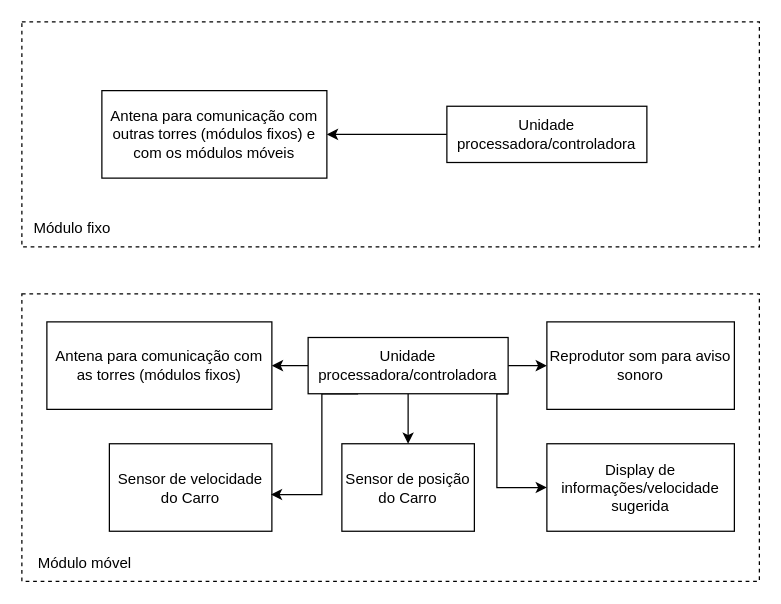
Before: projetos/descongestionator/diagramas/diagrama-estrutural.drawio in teaching-FEEC/ea075-2024.1, a draw.io diagram. Source tidied: cells renumbered, new cells numbered last; positions are measured from the earlier drawing's top-left corner, leaving out a move shared by most shapes. Both pictures are drawn from the tidied source at 125%, with x=0, y=0 at pixel (21, 21).
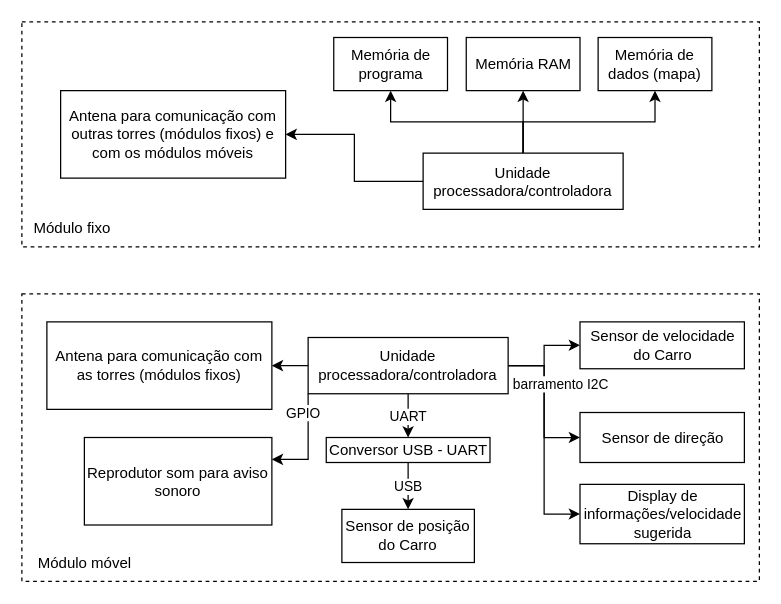
After the change.

Commit message:
atualizacao diagrama com especificacao

Unchanged cells that the change refers to:
```xml
<mxCell id="17" value="Unidade processadora/controladora" style="rounded=0;whiteSpace=wrap;html=1;" parent="1" vertex="1">
  <mxGeometry x="229" y="252.5" width="160" height="45" as="geometry" />
</mxCell>
```

The edit, as a diff of the source:
```diff
@@
     <mxCell id="4" value="Sensor de velocidade do Carro" style="rounded=0;whiteSpace=wrap;html=1;" parent="1" vertex="1">
-      <mxGeometry x="70" y="337.5" width="130" height="70" as="geometry" />
+      <mxGeometry x="446.5" y="240" width="131.5" height="37.5" as="geometry" />
     </mxCell>
     <mxCell id="5" value="Sensor de posição do Carro" style="rounded=0;whiteSpace=wrap;html=1;" parent="1" vertex="1">
-      <mxGeometry x="256" y="337.5" width="106" height="70" as="geometry" />
+      <mxGeometry x="256" y="390" width="106" height="42.5" as="geometry" />
     </mxCell>
     <mxCell id="6" value="Display de informações/velocidade sugerida" style="rounded=0;whiteSpace=wrap;html=1;" parent="1" vertex="1">
-      <mxGeometry x="420" y="337.5" width="150" height="70" as="geometry" />
+      <mxGeometry x="446.5" y="370" width="131.5" height="47.5" as="geometry" />
     </mxCell>
     <mxCell id="7" value="Reprodutor som para aviso sonoro" style="rounded=0;whiteSpace=wrap;html=1;" parent="1" vertex="1">
-      <mxGeometry x="420" y="240" width="150" height="70" as="geometry" />
+      <mxGeometry x="50" y="332.5" width="150" height="70" as="geometry" />
     </mxCell>
@@
     <mxCell id="9" value="Antena para comunicação com outras torres (módulos&amp;nbsp;fixos) e com os módulos móveis" style="rounded=0;whiteSpace=wrap;html=1;" parent="1" vertex="1">
-      <mxGeometry x="64" y="55" width="180" height="70" as="geometry" />
+      <mxGeometry x="31" y="55" width="180" height="70" as="geometry" />
     </mxCell>
@@
+    <mxCell id="20" style="edgeStyle=orthogonalEdgeStyle;rounded=0;jettySize=auto;html=1;exitX=0.5;exitY=0;exitDx=0;exitDy=0;entryX=0.5;entryY=1;entryDx=0;entryDy=0;" parent="1" edge="1" source="11" target="27">
+      <mxGeometry relative="1" as="geometry" />
+    </mxCell>
+    <mxCell id="21" style="edgeStyle=orthogonalEdgeStyle;rounded=0;jettySize=auto;html=1;exitX=0.5;exitY=0;exitDx=0;exitDy=0;entryX=0.5;entryY=1;entryDx=0;entryDy=0;" parent="1" edge="1" source="11" target="26">
+      <mxGeometry relative="1" as="geometry" />
+    </mxCell>
+    <mxCell id="22" style="edgeStyle=orthogonalEdgeStyle;rounded=0;jettySize=auto;html=1;exitX=0.5;exitY=0;exitDx=0;exitDy=0;entryX=0.5;entryY=1;entryDx=0;entryDy=0;" parent="1" edge="1" source="11" target="28">
+      <mxGeometry relative="1" as="geometry" />
+    </mxCell>
     <mxCell id="11" value="Unidade processadora/controladora" style="rounded=0;whiteSpace=wrap;html=1;" parent="1" vertex="1">
-      <mxGeometry x="340" y="67.5" width="160" height="45" as="geometry" />
+      <mxGeometry x="321" y="105" width="160" height="45" as="geometry" />
     </mxCell>
@@
-    <mxCell id="13" style="edgeStyle=orthogonalEdgeStyle;rounded=0;jettySize=auto;html=1;exitX=0.5;exitY=1;exitDx=0;exitDy=0;entryX=0.5;entryY=0;entryDx=0;entryDy=0;" parent="1" edge="1" source="17" target="5">
-      <mxGeometry relative="1" as="geometry" />
-    </mxCell>
+    <mxCell id="23" style="edgeStyle=orthogonalEdgeStyle;rounded=0;jettySize=auto;html=1;exitX=1;exitY=0.5;exitDx=0;exitDy=0;entryX=0;entryY=0.5;entryDx=0;entryDy=0;" parent="1" edge="1" source="17" target="29">
+      <mxGeometry relative="1" as="geometry" />
+    </mxCell>
+    <mxCell id="15" style="edgeStyle=orthogonalEdgeStyle;rounded=0;jettySize=auto;html=1;exitX=1;exitY=0.5;exitDx=0;exitDy=0;entryX=0;entryY=0.5;entryDx=0;entryDy=0;" parent="1" edge="1" source="17" target="4">
+      <mxGeometry relative="1" as="geometry" />
+    </mxCell>
-    <mxCell id="14" style="edgeStyle=orthogonalEdgeStyle;rounded=0;jettySize=auto;html=1;exitX=1;exitY=1;exitDx=0;exitDy=0;entryX=0;entryY=0.5;entryDx=0;entryDy=0;" parent="1" edge="1" source="17" target="6">
-      <mxGeometry relative="1" as="geometry">
-        <Array as="points">
-          <mxPoint x="380" y="297.5" />
-          <mxPoint x="380" y="372.5" />
-        </Array>
-      </mxGeometry>
+    <mxCell id="14" value="barramento I2C" style="edgeStyle=orthogonalEdgeStyle;rounded=0;jettySize=auto;html=1;exitX=1;exitY=0.5;exitDx=0;exitDy=0;entryX=0;entryY=0.5;entryDx=0;entryDy=0;" parent="1" edge="1" source="17" target="6">
+      <mxGeometry x="-0.5" y="13" relative="1" as="geometry" />
     </mxCell>
-    <mxCell id="15" style="edgeStyle=orthogonalEdgeStyle;rounded=0;jettySize=auto;html=1;exitX=0.25;exitY=1;exitDx=0;exitDy=0;entryX=0.994;entryY=0.58;entryDx=0;entryDy=0;entryPerimeter=0;" parent="1" edge="1" source="17" target="4">
-      <mxGeometry relative="1" as="geometry">
-        <Array as="points">
-          <mxPoint x="240" y="297.5" />
-          <mxPoint x="240" y="377.5" />
-          <mxPoint x="199" y="377.5" />
-        </Array>
-      </mxGeometry>
-    </mxCell>
+    <mxCell id="24" value="UART" style="edgeStyle=orthogonalEdgeStyle;rounded=0;jettySize=auto;html=1;exitX=0.5;exitY=1;exitDx=0;exitDy=0;entryX=0.5;entryY=0;entryDx=0;entryDy=0;" parent="1" edge="1" source="17" target="31">
+      <mxGeometry relative="1" as="geometry" />
+    </mxCell>
-    <mxCell id="16" style="edgeStyle=orthogonalEdgeStyle;rounded=0;jettySize=auto;html=1;exitX=1;exitY=0.5;exitDx=0;exitDy=0;entryX=0;entryY=0.5;entryDx=0;entryDy=0;" parent="1" edge="1" source="17" target="7">
+    <mxCell id="16" style="edgeStyle=orthogonalEdgeStyle;rounded=0;jettySize=auto;html=1;exitX=0;exitY=1;exitDx=0;exitDy=0;entryX=1;entryY=0.25;entryDx=0;entryDy=0;" parent="1" edge="1" source="17" target="7">
       <mxGeometry relative="1" as="geometry" />
     </mxCell>
+    <mxCell id="25" value="GPIO" style="edgeLabel;html=1;align=center;verticalAlign=middle;" parent="16" vertex="1">
+      <mxGeometry x="0.4" relative="1" as="geometry">
+        <mxPoint y="-38" as="offset" />
+      </mxGeometry>
+    </mxCell>
@@
+    <mxCell id="26" value="Memória de programa" style="rounded=0;whiteSpace=wrap;html=1;" parent="1" vertex="1">
+      <mxGeometry x="249.5" y="12.5" width="91" height="42.5" as="geometry" />
+    </mxCell>
+    <mxCell id="27" value="Memória RAM" style="rounded=0;whiteSpace=wrap;html=1;" parent="1" vertex="1">
+      <mxGeometry x="355.5" y="12.5" width="91" height="42.5" as="geometry" />
+    </mxCell>
+    <mxCell id="28" value="Memória de dados (mapa)" style="rounded=0;whiteSpace=wrap;html=1;" parent="1" vertex="1">
+      <mxGeometry x="461" y="12.5" width="91" height="42.5" as="geometry" />
+    </mxCell>
+    <mxCell id="29" value="Sensor de direção" style="rounded=0;whiteSpace=wrap;html=1;" parent="1" vertex="1">
+      <mxGeometry x="446.5" y="312.5" width="131.5" height="40" as="geometry" />
+    </mxCell>
+    <mxCell id="30" value="USB" style="edgeStyle=orthogonalEdgeStyle;rounded=0;jettySize=auto;html=1;exitX=0.5;exitY=1;exitDx=0;exitDy=0;entryX=0.5;entryY=0;entryDx=0;entryDy=0;" parent="1" edge="1" source="31" target="5">
+      <mxGeometry relative="1" as="geometry" />
+    </mxCell>
+    <mxCell id="31" value="Conversor USB - UART" style="rounded=0;whiteSpace=wrap;html=1;" parent="1" vertex="1">
+      <mxGeometry x="243.5" y="332.5" width="131" height="20" as="geometry" />
+    </mxCell>
```
